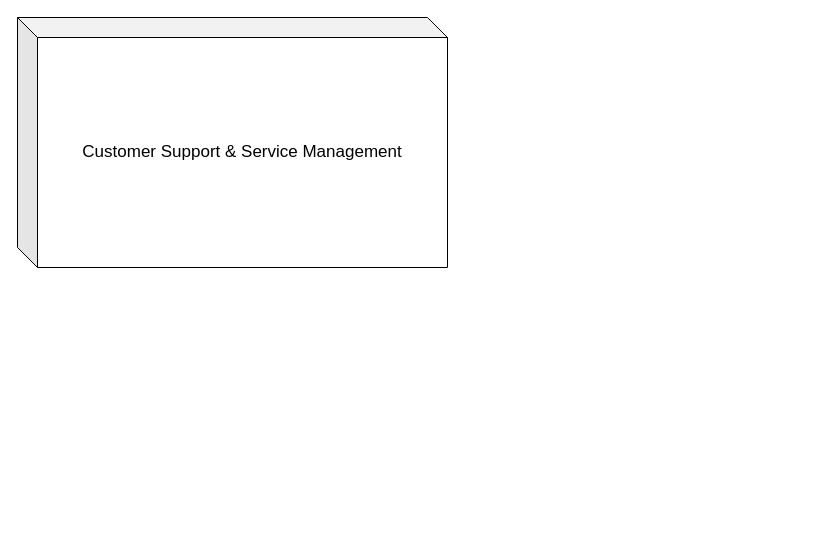
Before: page "Page-11" (11 of 12) of Untitled Diagram.drawio in onlinepractice/digitalbanking, a draw.io diagram. Source tidied: cells renumbered, new cells numbered last; positions are measured from the earlier drawing's top-left corner, leaving out a move shared by most shapes. Both pictures are drawn from the tidied source at 100%, with x=0, y=0 at pixel (17, 17).
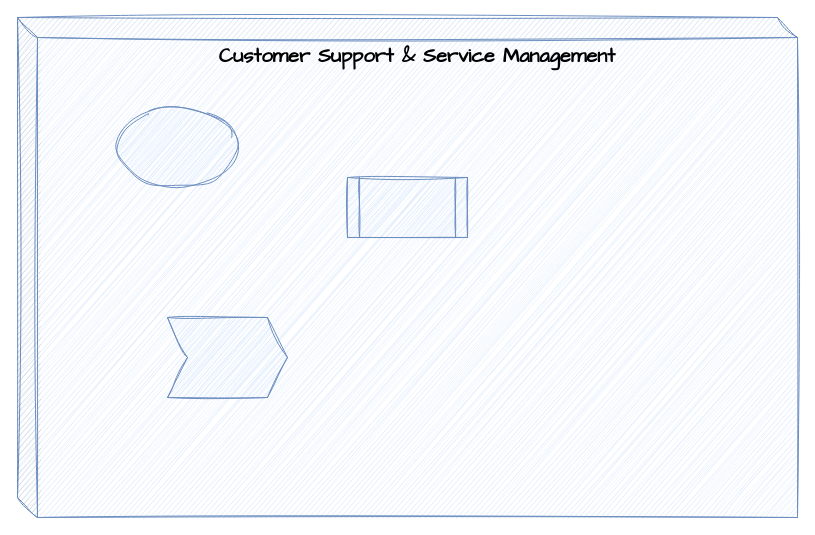
The same page after the edit.

What changed in the source:
```diff
@@
 <mxGraphModel>
   <root>
     <mxCell id="0" />
     <mxCell id="1" parent="0" />
-    <mxCell id="2" value="Customer Support &amp;amp; Service Management" style="shape=cube;whiteSpace=wrap;html=1;boundedLbl=1;backgroundOutline=1;darkOpacity=0.05;darkOpacity2=0.1;fontSize=17;" parent="1" vertex="1">
-      <mxGeometry width="430" height="250" as="geometry" />
+    <mxCell id="2" value="Customer Support &amp;amp; Service Management" style="shape=cube;whiteSpace=wrap;html=1;boundedLbl=1;backgroundOutline=1;darkOpacity=0.05;darkOpacity2=0.1;fontSize=20;fontFamily=Architects Daughter;align=center;verticalAlign=top;fillColor=#dae8fc;strokeColor=#6c8ebf;rounded=0;sketch=1;hachureGap=4;jiggle=2;curveFitting=1;fontStyle=1;" parent="1" vertex="1">
+      <mxGeometry width="780" height="500" as="geometry" />
     </mxCell>
+    <mxCell id="3" style="ellipse;whiteSpace=wrap;html=1;fontSize=20;fontFamily=Architects Daughter;verticalAlign=top;fillColor=#dae8fc;strokeColor=#6c8ebf;rounded=0;sketch=1;hachureGap=4;jiggle=2;curveFitting=1;fontStyle=1;" parent="1" vertex="1">
+      <mxGeometry x="100" y="90" width="120" height="80" as="geometry" />
+    </mxCell>
+    <mxCell id="4" style="shape=process;whiteSpace=wrap;html=1;backgroundOutline=1;fontSize=20;fontFamily=Architects Daughter;verticalAlign=top;fillColor=#dae8fc;strokeColor=#6c8ebf;rounded=0;sketch=1;hachureGap=4;jiggle=2;curveFitting=1;fontStyle=1;" parent="1" vertex="1">
+      <mxGeometry x="330" y="160" width="120" height="60" as="geometry" />
+    </mxCell>
+    <mxCell id="5" style="shape=step;perimeter=stepPerimeter;whiteSpace=wrap;html=1;fixedSize=1;fontSize=20;fontFamily=Architects Daughter;verticalAlign=top;fillColor=#dae8fc;strokeColor=#6c8ebf;rounded=0;sketch=1;hachureGap=4;jiggle=2;curveFitting=1;fontStyle=1;" parent="1" vertex="1">
+      <mxGeometry x="150" y="300" width="120" height="80" as="geometry" />
+    </mxCell>
   </root>
 </mxGraphModel>
```
